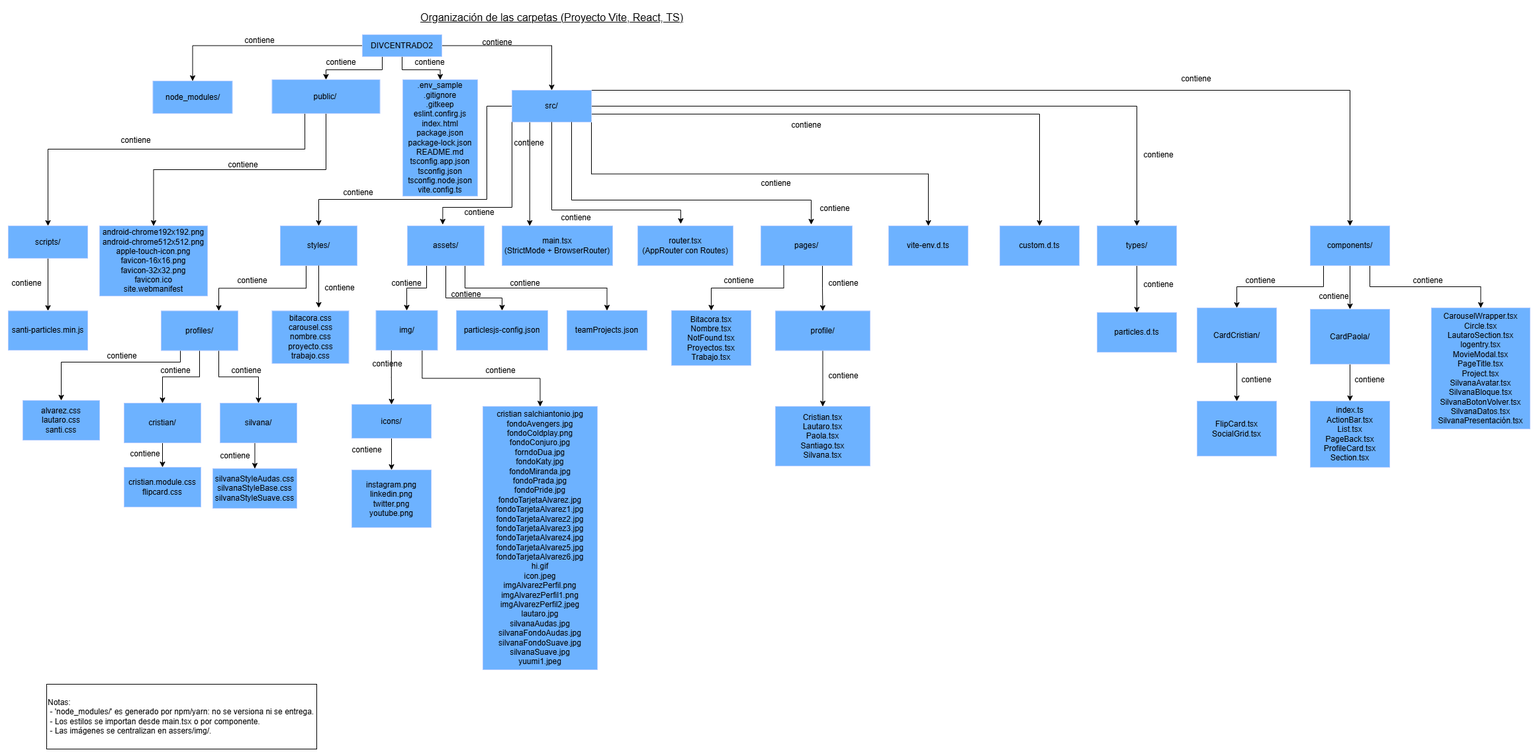
This is src/assets/img/estructuraCarpetaArchivos.drawio.png from LautaroColella/divcentrado2, a draw.io export, as it was before one commit. Source tidied: cells renumbered, new cells last; positions are measured from the earlier drawing's top-left corner, leaving out a move shared by most shapes.
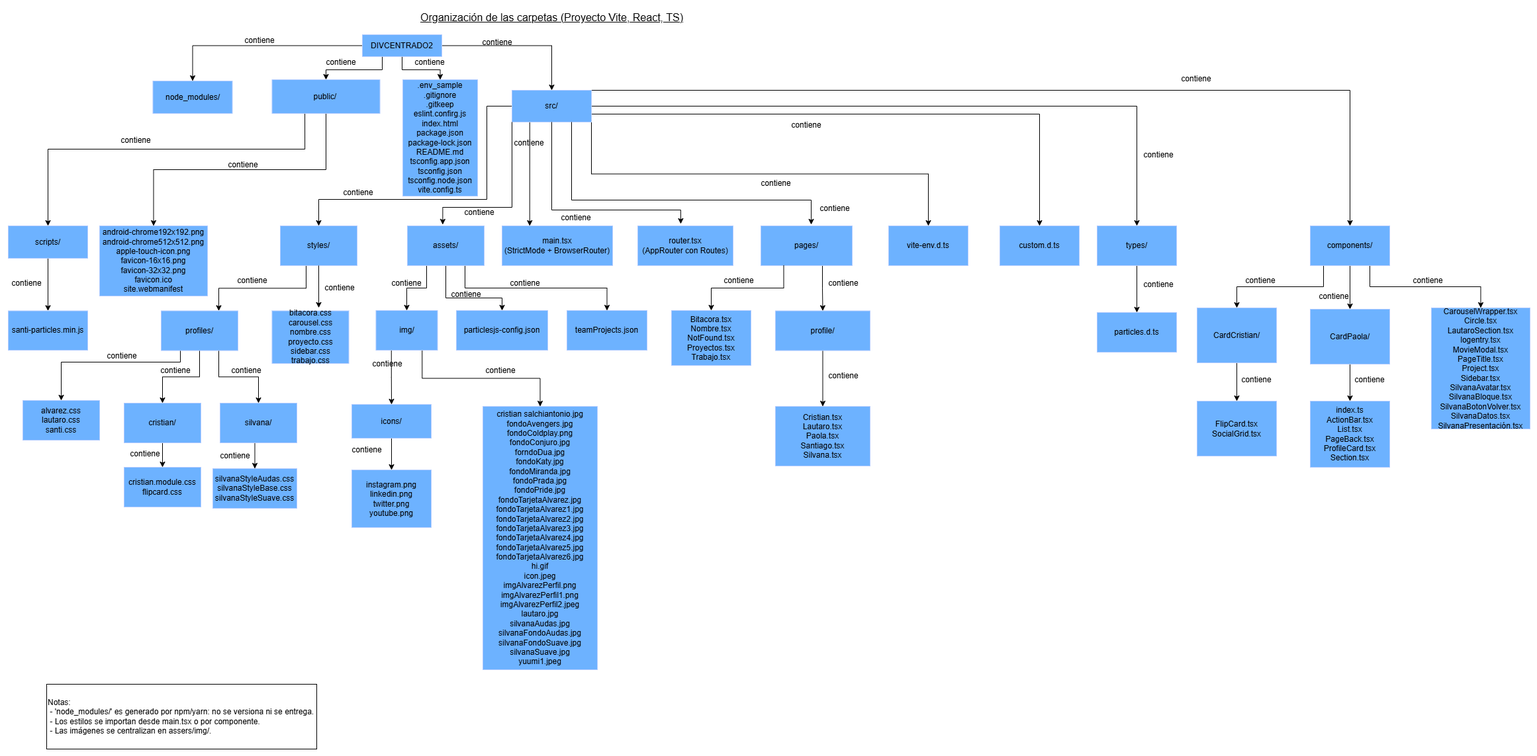
Later version of the same file.

Commit message:
cambios en estrucutraCarpetaArchivos

Change to the diagram source:
```diff
@@ -214,7 +214,7 @@
     <mxCell id="55" value="&lt;font style=&quot;color: light-dark(rgb(0, 0, 0), rgb(0, 0, 0));&quot;&gt;profiles/&lt;/font&gt;" style="rounded=0;whiteSpace=wrap;html=1;fillColor=#0050ef;fontColor=#ffffff;strokeColor=#001DBC;" parent="1" vertex="1">
       <mxGeometry x="233" y="459.5" width="116" height="60" as="geometry" />
     </mxCell>
-    <mxCell id="56" value="&lt;font style=&quot;color: light-dark(rgb(0, 0, 0), rgb(0, 0, 0));&quot;&gt;bitacora.css&lt;/font&gt;&lt;div&gt;&lt;font style=&quot;color: light-dark(rgb(0, 0, 0), rgb(0, 0, 0));&quot;&gt;carousel.css&lt;/font&gt;&lt;/div&gt;&lt;div&gt;&lt;font style=&quot;color: light-dark(rgb(0, 0, 0), rgb(0, 0, 0));&quot;&gt;nombre.css&lt;/font&gt;&lt;/div&gt;&lt;div&gt;&lt;font style=&quot;color: light-dark(rgb(0, 0, 0), rgb(0, 0, 0));&quot;&gt;proyecto.css&lt;/font&gt;&lt;/div&gt;&lt;div&gt;&lt;font style=&quot;color: light-dark(rgb(0, 0, 0), rgb(0, 0, 0));&quot;&gt;trabajo.css&lt;/font&gt;&lt;/div&gt;" style="rounded=0;whiteSpace=wrap;html=1;fillColor=#0050ef;fontColor=#ffffff;strokeColor=#001DBC;" parent="1" vertex="1">
+    <mxCell id="56" value="&lt;font style=&quot;color: light-dark(rgb(0, 0, 0), rgb(0, 0, 0));&quot;&gt;bitacora.css&lt;/font&gt;&lt;div&gt;&lt;font style=&quot;color: light-dark(rgb(0, 0, 0), rgb(0, 0, 0));&quot;&gt;carousel.css&lt;/font&gt;&lt;/div&gt;&lt;div&gt;&lt;font style=&quot;color: light-dark(rgb(0, 0, 0), rgb(0, 0, 0));&quot;&gt;nombre.css&lt;/font&gt;&lt;/div&gt;&lt;div&gt;&lt;font style=&quot;color: light-dark(rgb(0, 0, 0), rgb(0, 0, 0));&quot;&gt;proyecto.css&lt;/font&gt;&lt;/div&gt;&lt;div&gt;&lt;font style=&quot;color: light-dark(rgb(0, 0, 0), rgb(0, 0, 0));&quot;&gt;sidebar.css&lt;/font&gt;&lt;/div&gt;&lt;div&gt;&lt;font style=&quot;color: light-dark(rgb(0, 0, 0), rgb(0, 0, 0));&quot;&gt;trabajo.css&lt;/font&gt;&lt;/div&gt;" style="rounded=0;whiteSpace=wrap;html=1;fillColor=#0050ef;fontColor=#ffffff;strokeColor=#001DBC;" parent="1" vertex="1">
       <mxGeometry x="400.5" y="459.5" width="116" height="79.5" as="geometry" />
     </mxCell>
     <mxCell id="57" style="edgeStyle=orthogonalEdgeStyle;rounded=0;jettySize=auto;html=1;exitX=0.5;exitY=1;exitDx=0;exitDy=0;entryX=0.5;entryY=0;entryDx=0;entryDy=0;strokeColor=light-dark(#000000,#000000);" parent="1" edge="1" source="58" target="62">
@@ -378,7 +378,7 @@
     <mxCell id="109" value="&lt;div&gt;&lt;div&gt;&lt;font style=&quot;color: light-dark(rgb(0, 0, 0), rgb(0, 0, 0));&quot;&gt;index.ts&lt;/font&gt;&lt;/div&gt;&lt;div&gt;&lt;font style=&quot;color: light-dark(rgb(0, 0, 0), rgb(0, 0, 0));&quot;&gt;ActionBar.tsx&lt;/font&gt;&lt;/div&gt;&lt;/div&gt;&lt;div&gt;&lt;font style=&quot;color: light-dark(rgb(0, 0, 0), rgb(0, 0, 0));&quot;&gt;List.tsx&lt;/font&gt;&lt;/div&gt;&lt;div&gt;&lt;font style=&quot;color: light-dark(rgb(0, 0, 0), rgb(0, 0, 0));&quot;&gt;PageBack.tsx&lt;/font&gt;&lt;/div&gt;&lt;div&gt;&lt;font style=&quot;color: light-dark(rgb(0, 0, 0), rgb(0, 0, 0));&quot;&gt;ProfileCard.tsx&lt;/font&gt;&lt;/div&gt;&lt;div&gt;&lt;font style=&quot;color: light-dark(rgb(0, 0, 0), rgb(0, 0, 0));&quot;&gt;Section.tsx&lt;/font&gt;&lt;/div&gt;" style="rounded=0;whiteSpace=wrap;html=1;fillColor=#0050ef;fontColor=#ffffff;strokeColor=#001DBC;" parent="1" vertex="1">
       <mxGeometry x="1969" y="596" width="120" height="100" as="geometry" />
     </mxCell>
-    <mxCell id="110" value="&lt;div&gt;&lt;div&gt;&lt;font style=&quot;color: light-dark(rgb(0, 0, 0), rgb(0, 0, 0));&quot;&gt;CarouselWrapper.tsx&lt;/font&gt;&lt;/div&gt;&lt;/div&gt;&lt;div&gt;&lt;font style=&quot;color: light-dark(rgb(0, 0, 0), rgb(0, 0, 0));&quot;&gt;Circle.tsx&lt;/font&gt;&lt;/div&gt;&lt;div&gt;&lt;font style=&quot;color: light-dark(rgb(0, 0, 0), rgb(0, 0, 0));&quot;&gt;LautaroSection.tsx&lt;/font&gt;&lt;/div&gt;&lt;div&gt;&lt;font style=&quot;color: light-dark(rgb(0, 0, 0), rgb(0, 0, 0));&quot;&gt;logentry.tsx&lt;/font&gt;&lt;/div&gt;&lt;div&gt;&lt;font style=&quot;color: light-dark(rgb(0, 0, 0), rgb(0, 0, 0));&quot;&gt;MovieModal.tsx&lt;/font&gt;&lt;/div&gt;&lt;div&gt;&lt;font style=&quot;color: light-dark(rgb(0, 0, 0), rgb(0, 0, 0));&quot;&gt;PageTitle.tsx&lt;/font&gt;&lt;/div&gt;&lt;div&gt;&lt;font style=&quot;color: light-dark(rgb(0, 0, 0), rgb(0, 0, 0));&quot;&gt;Project.tsx&lt;/font&gt;&lt;/div&gt;&lt;div&gt;&lt;font style=&quot;color: light-dark(rgb(0, 0, 0), rgb(0, 0, 0));&quot;&gt;SilvanaAvatar.tsx&lt;/font&gt;&lt;/div&gt;&lt;div&gt;&lt;font style=&quot;color: light-dark(rgb(0, 0, 0), rgb(0, 0, 0));&quot;&gt;SilvanaBloque.tsx&lt;/font&gt;&lt;/div&gt;&lt;div&gt;&lt;font style=&quot;color: light-dark(rgb(0, 0, 0), rgb(0, 0, 0));&quot;&gt;SilvanaBotonVolver.tsx&lt;/font&gt;&lt;/div&gt;&lt;div&gt;&lt;font style=&quot;color: light-dark(rgb(0, 0, 0), rgb(0, 0, 0));&quot;&gt;SilvanaDatos.tsx&lt;/font&gt;&lt;/div&gt;&lt;div&gt;&lt;font style=&quot;color: light-dark(rgb(0, 0, 0), rgb(0, 0, 0));&quot;&gt;SilvanaPresentación.tsx&lt;/font&gt;&lt;/div&gt;" style="rounded=0;whiteSpace=wrap;html=1;fillColor=#0050ef;fontColor=#ffffff;strokeColor=#001DBC;" parent="1" vertex="1">
+    <mxCell id="110" value="&lt;div&gt;&lt;div&gt;&lt;font style=&quot;color: light-dark(rgb(0, 0, 0), rgb(0, 0, 0));&quot;&gt;CarouselWrapper.tsx&lt;/font&gt;&lt;/div&gt;&lt;/div&gt;&lt;div&gt;&lt;font style=&quot;color: light-dark(rgb(0, 0, 0), rgb(0, 0, 0));&quot;&gt;Circle.tsx&lt;/font&gt;&lt;/div&gt;&lt;div&gt;&lt;font style=&quot;color: light-dark(rgb(0, 0, 0), rgb(0, 0, 0));&quot;&gt;LautaroSection.tsx&lt;/font&gt;&lt;/div&gt;&lt;div&gt;&lt;font style=&quot;color: light-dark(rgb(0, 0, 0), rgb(0, 0, 0));&quot;&gt;logentry.tsx&lt;/font&gt;&lt;/div&gt;&lt;div&gt;&lt;font style=&quot;color: light-dark(rgb(0, 0, 0), rgb(0, 0, 0));&quot;&gt;MovieModal.tsx&lt;/font&gt;&lt;/div&gt;&lt;div&gt;&lt;font style=&quot;color: light-dark(rgb(0, 0, 0), rgb(0, 0, 0));&quot;&gt;PageTitle.tsx&lt;/font&gt;&lt;/div&gt;&lt;div&gt;&lt;font style=&quot;color: light-dark(rgb(0, 0, 0), rgb(0, 0, 0));&quot;&gt;Project.tsx&lt;/font&gt;&lt;/div&gt;&lt;div&gt;&lt;span&gt;&lt;font style=&quot;color: light-dark(rgb(0, 0, 0), rgb(0, 0, 0));&quot;&gt;Sidebar.tsx&lt;/font&gt;&lt;/span&gt;&lt;/div&gt;&lt;div&gt;&lt;font style=&quot;color: light-dark(rgb(0, 0, 0), rgb(0, 0, 0));&quot;&gt;SilvanaAvatar.tsx&lt;/font&gt;&lt;/div&gt;&lt;div&gt;&lt;font style=&quot;color: light-dark(rgb(0, 0, 0), rgb(0, 0, 0));&quot;&gt;SilvanaBloque.tsx&lt;/font&gt;&lt;/div&gt;&lt;div&gt;&lt;font style=&quot;color: light-dark(rgb(0, 0, 0), rgb(0, 0, 0));&quot;&gt;SilvanaBotonVolver.tsx&lt;/font&gt;&lt;/div&gt;&lt;div&gt;&lt;font style=&quot;color: light-dark(rgb(0, 0, 0), rgb(0, 0, 0));&quot;&gt;SilvanaDatos.tsx&lt;/font&gt;&lt;/div&gt;&lt;div&gt;&lt;font style=&quot;color: light-dark(rgb(0, 0, 0), rgb(0, 0, 0));&quot;&gt;SilvanaPresentación.tsx&lt;/font&gt;&lt;/div&gt;" style="rounded=0;whiteSpace=wrap;html=1;fillColor=#0050ef;fontColor=#ffffff;strokeColor=#001DBC;" parent="1" vertex="1">
       <mxGeometry x="2152" y="455" width="149" height="183" as="geometry" />
     </mxCell>
     <mxCell id="111" value="&lt;font style=&quot;vertical-align: inherit; color: light-dark(rgb(0, 0, 0), rgb(0, 0, 0));&quot; dir=&quot;auto&quot;&gt;contiene&lt;/font&gt;" style="text;html=1;whiteSpace=wrap;strokeColor=none;fillColor=none;align=center;verticalAlign=middle;rounded=0;" parent="1" vertex="1">
```
